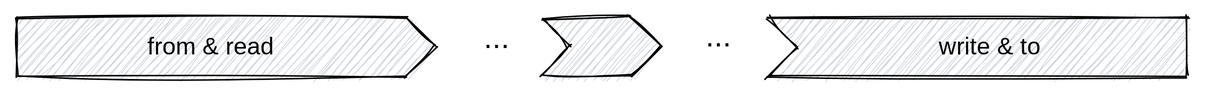
Above: web/docs/understand/language/operator-logical.excalidraw.svg in tenzir/tenzir (Excalidraw), before the change. Source tidied: one line per element, renumbered; positions are measured from the earlier drawing's top-left corner, leaving out a move shared by most shapes.
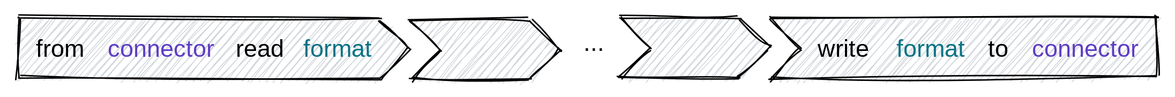
After the commit.

Commit message:
Horizontalize all read/from and write/to diagrams

The edit, as a diff of the source:
```diff
@@ -1,7 +1,13 @@
-{"id": 0, "type": "line", "strokeColor": "#000000", "backgroundColor": "#ced4da", "fillStyle": "hachure", "strokeWidth": 1, "roughness": 1, "x": 501, "y": 1, "width": 280, "height": 40, "points": [[0, 0], [20, 20], [0, 40], [280, 40], [280, 0], [0, 0]]}
-{"id": 1, "type": "line", "strokeColor": "#000000", "backgroundColor": "#ced4da", "fillStyle": "hachure", "strokeWidth": 1, "roughness": 1, "x": 0, "y": 1, "width": 280, "height": 40, "points": [[0, 0], [0, 40], [260, 40], [280, 20], [260, 0], [0, 0]]}
-{"id": 2, "type": "text", "text": "from & read", "strokeColor": "#000000", "backgroundColor": "#ced4da", "fillStyle": "hachure", "strokeWidth": 1, "roughness": 1, "fontSize": 16, "fontFamily": 3, "textAlign": "center", "x": 78, "y": 11, "width": 103, "height": 20}
-{"id": 3, "type": "text", "text": "write & to", "strokeColor": "#000000", "backgroundColor": "#ced4da", "fillStyle": "hachure", "strokeWidth": 1, "roughness": 1, "fontSize": 16, "fontFamily": 3, "textAlign": "center", "x": 602, "y": 11, "width": 94, "height": 20}
-{"id": 4, "type": "line", "strokeColor": "#000000", "backgroundColor": "#ced4da", "fillStyle": "hachure", "strokeWidth": 1, "roughness": 1, "x": 351, "y": 2, "width": 80, "height": 41, "points": [[0, 0], [18, 18], [-1, 39], [59, 39], [79, 19], [58, -2], [0, 0]]}
-{"id": 5, "type": "text", "text": "...", "strokeColor": "#000000", "backgroundColor": "#ced4da", "fillStyle": "cross-hatch", "strokeWidth": 1, "strokeStyle": "dashed", "roughness": 1, "fontSize": 20, "fontFamily": 1, "textAlign": "center", "x": 312, "y": 3, "width": 16, "height": 25}
-{"id": 6, "type": "text", "text": "...", "strokeColor": "#000000", "backgroundColor": "#ced4da", "fillStyle": "cross-hatch", "strokeWidth": 1, "strokeStyle": "dashed", "roughness": 1, "fontSize": 20, "fontFamily": 1, "textAlign": "center", "x": 460, "y": 2, "width": 16, "height": 25}
+{"id": 7, "type": "line", "strokeColor": "#000000", "backgroundColor": "#ced4da", "fillStyle": "hachure", "strokeWidth": 1, "roughness": 1, "x": 21, "y": -99, "width": 262, "height": 42, "points": [[0, 0], [0, 40], [242, 42], [262, 22], [242, 2], [0, 0]]}
+{"id": 8, "type": "text", "text": "from", "strokeColor": "#000000", "backgroundColor": "#ced4da", "fillStyle": "hachure", "strokeWidth": 1, "roughness": 1, "fontSize": 16, "fontFamily": 3, "textAlign": "center", "x": 30, "y": -87, "width": 38, "height": 20}
+{"id": 9, "type": "text", "text": "read", "strokeColor": "#000000", "backgroundColor": "#ced4da", "fillStyle": "hachure", "strokeWidth": 1, "roughness": 1, "fontSize": 16, "fontFamily": 3, "textAlign": "center", "x": 163, "y": -87, "width": 38, "height": 20}
+{"id": 10, "type": "text", "text": "connector", "strokeColor": "#5f3dc4", "backgroundColor": "#ced4da", "fillStyle": "hachure", "strokeWidth": 1, "roughness": 1, "fontSize": 16, "fontFamily": 3, "textAlign": "center", "x": 74, "y": -87, "width": 84, "height": 20}
+{"id": 11, "type": "text", "text": "format", "strokeColor": "#0b7285", "backgroundColor": "#ced4da", "fillStyle": "hachure", "strokeWidth": 1, "roughness": 1, "fontSize": 16, "fontFamily": 3, "textAlign": "center", "x": 206, "y": -87, "width": 56, "height": 20}
+{"id": 12, "type": "line", "strokeColor": "#000000", "backgroundColor": "#ced4da", "fillStyle": "hachure", "strokeWidth": 1, "roughness": 1, "x": 522, "y": -98, "width": 259, "height": 41, "points": [[0, 0], [20, 20], [0, 40], [259, 39], [259, -1], [0, 0]]}
+{"id": 13, "type": "text", "text": "write", "strokeColor": "#000000", "backgroundColor": "#ced4da", "fillStyle": "hachure", "strokeWidth": 1, "roughness": 1, "fontSize": 16, "fontFamily": 3, "textAlign": "center", "x": 548, "y": -87, "width": 47, "height": 20}
+{"id": 14, "type": "text", "text": "to", "strokeColor": "#000000", "backgroundColor": "#ced4da", "fillStyle": "hachure", "strokeWidth": 1, "roughness": 1, "fontSize": 16, "fontFamily": 3, "textAlign": "center", "x": 665, "y": -87, "width": 19, "height": 20}
+{"id": 15, "type": "text", "text": "connector", "strokeColor": "#5f3dc4", "backgroundColor": "#ced4da", "fillStyle": "hachure", "strokeWidth": 1, "roughness": 1, "fontSize": 16, "fontFamily": 3, "textAlign": "center", "x": 690, "y": -87, "width": 84, "height": 20}
+{"id": 16, "type": "text", "text": "format", "strokeColor": "#0b7285", "backgroundColor": "#ced4da", "fillStyle": "hachure", "strokeWidth": 1, "roughness": 1, "fontSize": 16, "fontFamily": 3, "textAlign": "center", "x": 601, "y": -87, "width": 56, "height": 20}
+{"id": 17, "type": "line", "strokeColor": "#000000", "backgroundColor": "#ced4da", "fillStyle": "hachure", "strokeWidth": 1, "roughness": 1, "x": 282, "y": -97, "width": 100, "height": 40, "points": [[0, 0], [20, 20], [0, 40], [80, 40], [100, 20], [80, 0], [0, 0]]}
+{"id": 18, "type": "line", "strokeColor": "#000000", "backgroundColor": "#ced4da", "fillStyle": "hachure", "strokeWidth": 1, "roughness": 1, "x": 422, "y": -99, "width": 100, "height": 40, "points": [[0, 0], [20, 20], [0, 40], [80, 40], [100, 20], [80, 0], [0, 0]]}
+{"id": 19, "type": "text", "text": "...", "strokeColor": "#000000", "backgroundColor": "#ced4da", "fillStyle": "hachure", "strokeWidth": 1, "strokeStyle": "dashed", "roughness": 0, "fontSize": 16, "fontFamily": 3, "textAlign": "center", "x": 391, "y": -91, "width": 28, "height": 19}
```
